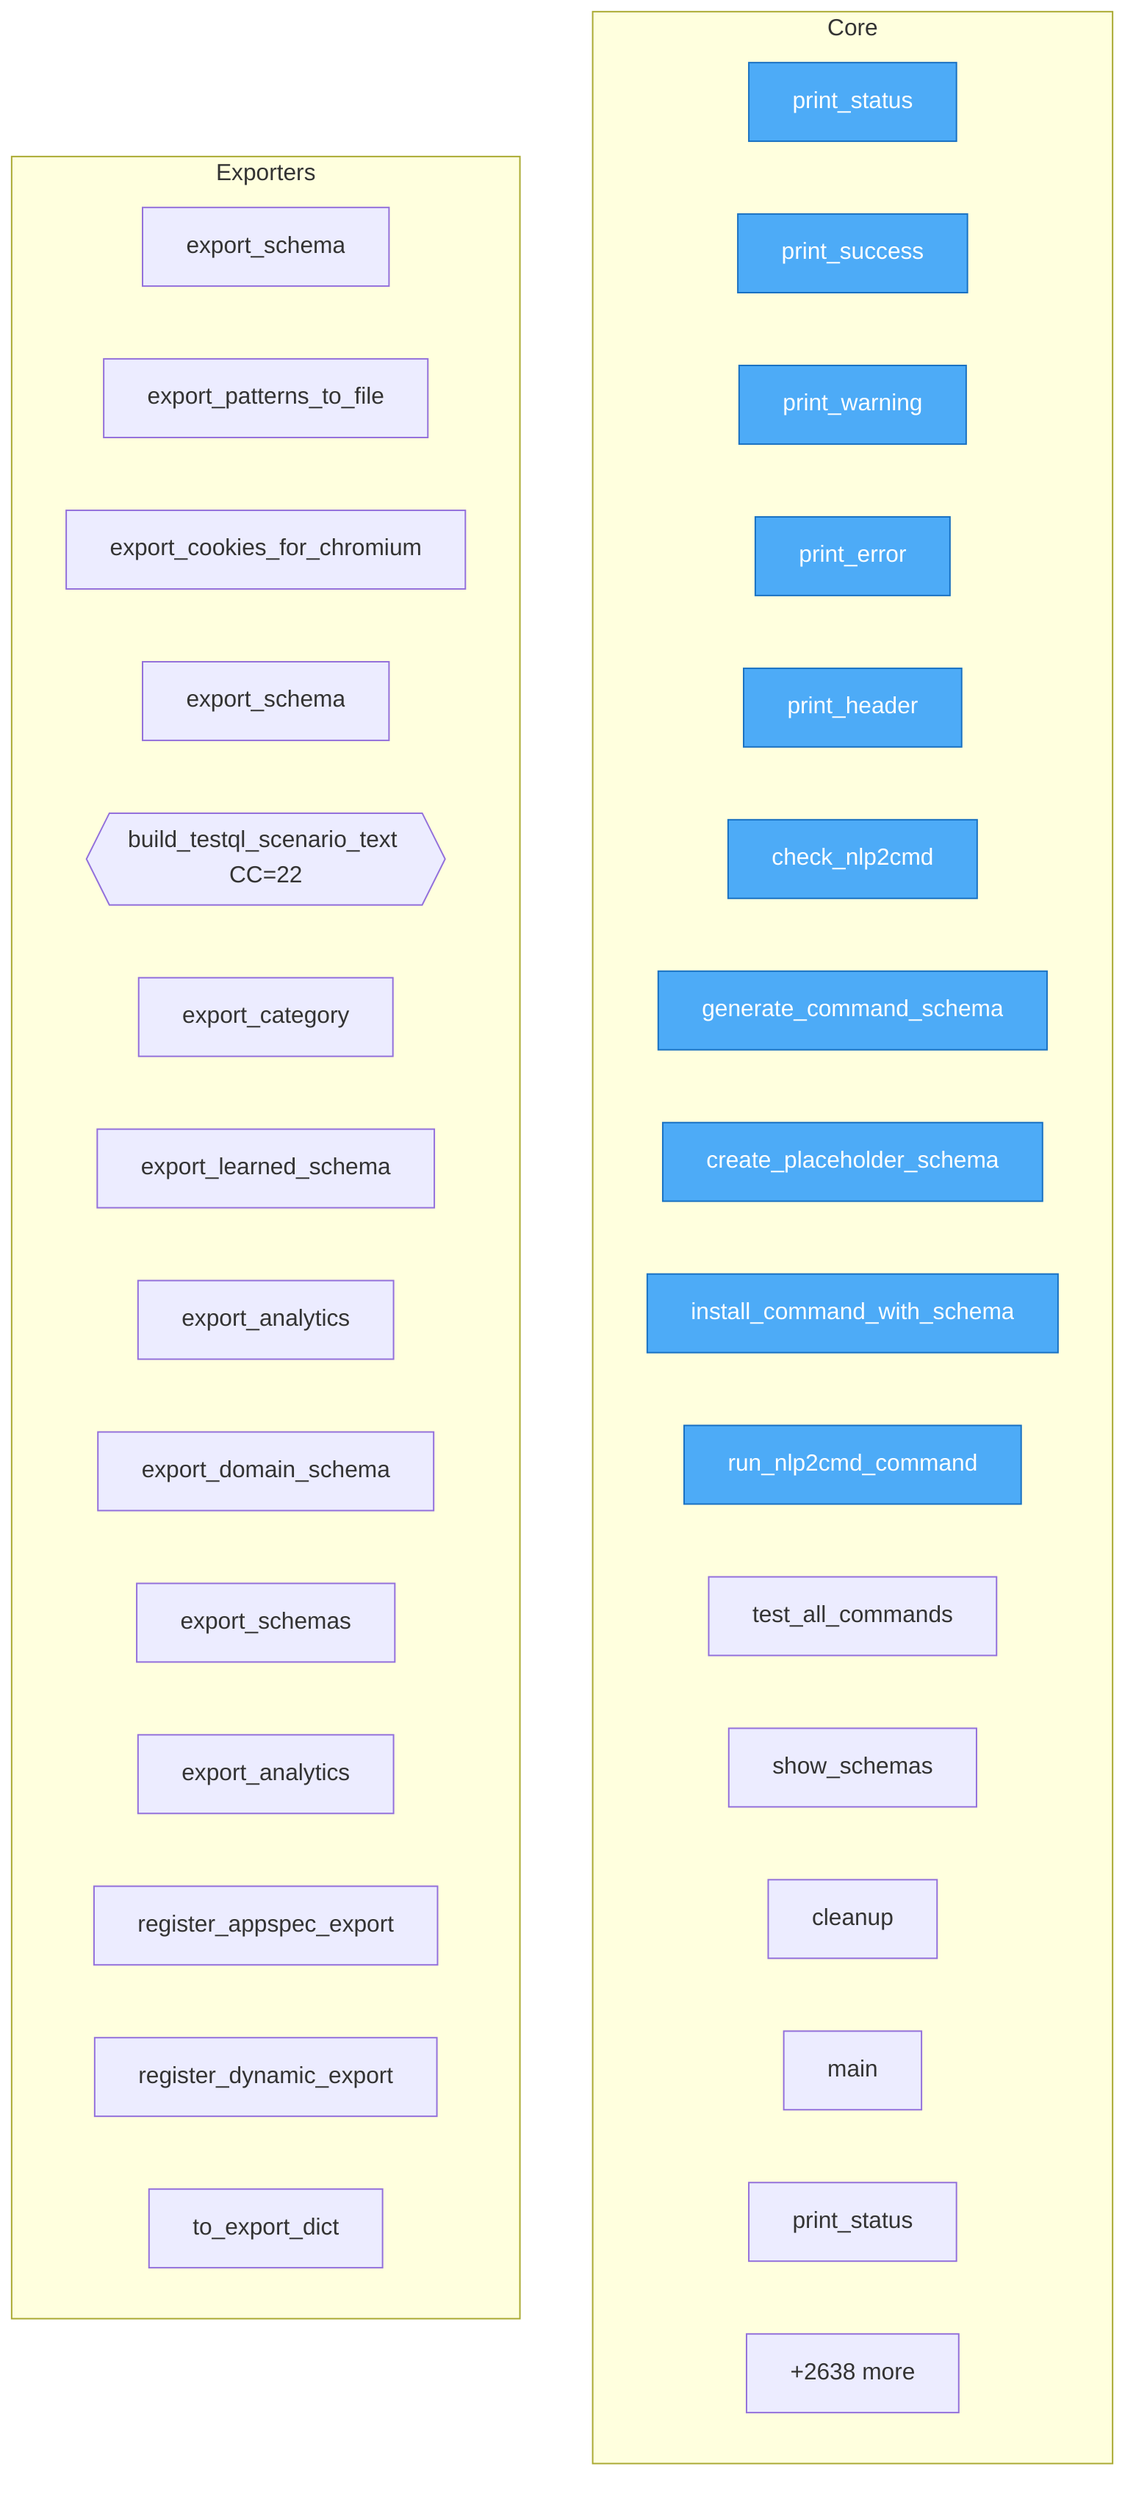
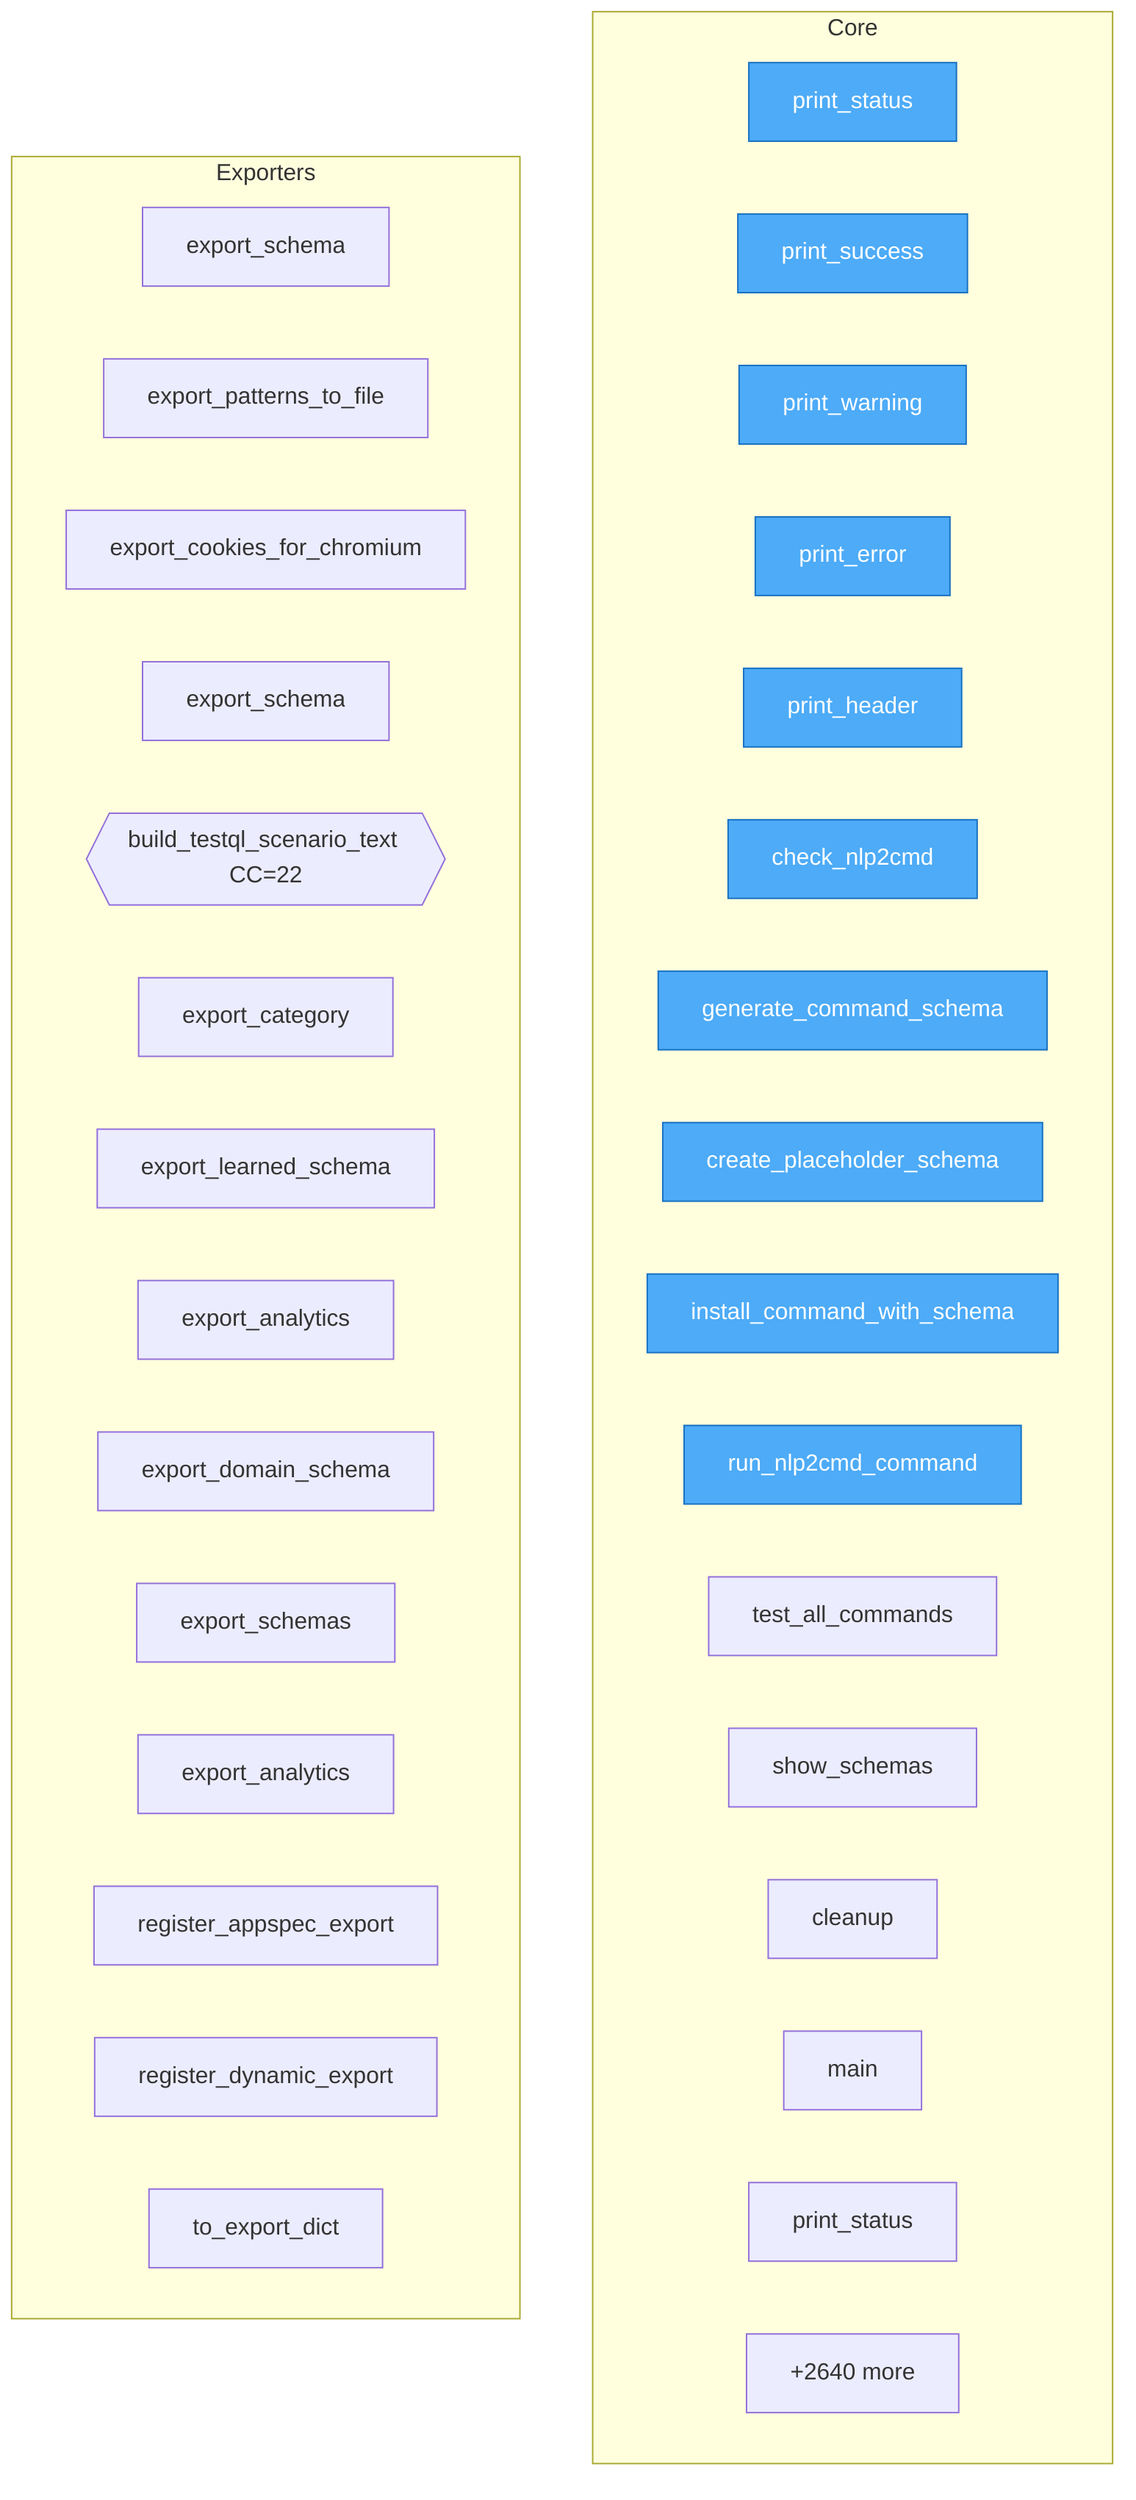
flowchart TD
- %% generated in 0.06s
+ %% generated in 0.09s

    %% Entry points (blue)
    classDef entry fill:#4dabf7,stroke:#1971c2,color:#fff

    subgraph Core
        test_nlp2cmd_enhanced__print_status["print_status"]
        test_nlp2cmd_enhanced__print_success["print_success"]
        test_nlp2cmd_enhanced__print_warning["print_warning"]
        test_nlp2cmd_enhanced__print_error["print_error"]
        test_nlp2cmd_enhanced__print_header["print_header"]
        test_nlp2cmd_enhanced__check_nlp2cmd["check_nlp2cmd"]
        test_nlp2cmd_enhanced__generate_command_schema["generate_command_schema"]
        test_nlp2cmd_enhanced__create_placeholder_schema["create_placeholder_schema"]
        test_nlp2cmd_enhanced__install_command_with_schema["install_command_with_schema"]
        test_nlp2cmd_enhanced__run_nlp2cmd_command["run_nlp2cmd_command"]
        test_nlp2cmd_enhanced__test_all_commands["test_all_commands"]
        test_nlp2cmd_enhanced__show_schemas["show_schemas"]
        test_nlp2cmd_enhanced__cleanup["cleanup"]
        test_nlp2cmd_enhanced__main["main"]
        test_nlp2cmd_commands__print_status["print_status"]
-         ...["+2638 more"]
+         ...["+2640 more"]
    end

    subgraph Exporters
        src__nlp2cmd__schemas__SchemaRegistry__export_schema["export_schema"]
        src__nlp2cmd__automation__vector_store__export_patterns_to_file["export_patterns_to_file"]
        src__nlp2cmd__automation__firefox_sessions__FirefoxSessionImporter__export_cookies_for_chromium["export_cookies_for_chromium"]
        src__nlp2cmd__generation__fuzzy_schema_matcher_class__FuzzySchemaMatcher__export_schema["export_schema"]
        src__nlp2cmd__plan_execution__testql_export__build_testql_scenario_text{{build_testql_scenario_text CC=22}}
        src__nlp2cmd__core__toon_integration__ToonDataManager__export_category["export_category"]
        src__nlp2cmd__cli__web_schema__export_learned_schema["export_learned_schema"]
        src__nlp2cmd__cli__history__export_analytics["export_analytics"]
        src__nlp2cmd__web_schema__history__InteractionHistory__export_domain_schema["export_domain_schema"]
        src__nlp2cmd__enhanced__EnhancedNLP2CMD__export_schemas["export_schemas"]
        src__nlp2cmd__history__tracker__CommandHistory__export_analytics["export_analytics"]
        src__nlp2cmd__schema_extraction__registry__DynamicSchemaRegistry__register_appspec_export["register_appspec_export"]
        src__nlp2cmd__schema_extraction__registry__DynamicSchemaRegistry__register_dynamic_export["register_dynamic_export"]
        src__app2schema__extract__App2SchemaResult__to_export_dict["to_export_dict"]
    end

    class test_nlp2cmd_enhanced__print_status,test_nlp2cmd_enhanced__print_success,test_nlp2cmd_enhanced__print_warning,test_nlp2cmd_enhanced__print_error,test_nlp2cmd_enhanced__print_header,test_nlp2cmd_enhanced__check_nlp2cmd,test_nlp2cmd_enhanced__generate_command_schema,test_nlp2cmd_enhanced__create_placeholder_schema,test_nlp2cmd_enhanced__install_command_with_schema,test_nlp2cmd_enhanced__run_nlp2cmd_command entry
